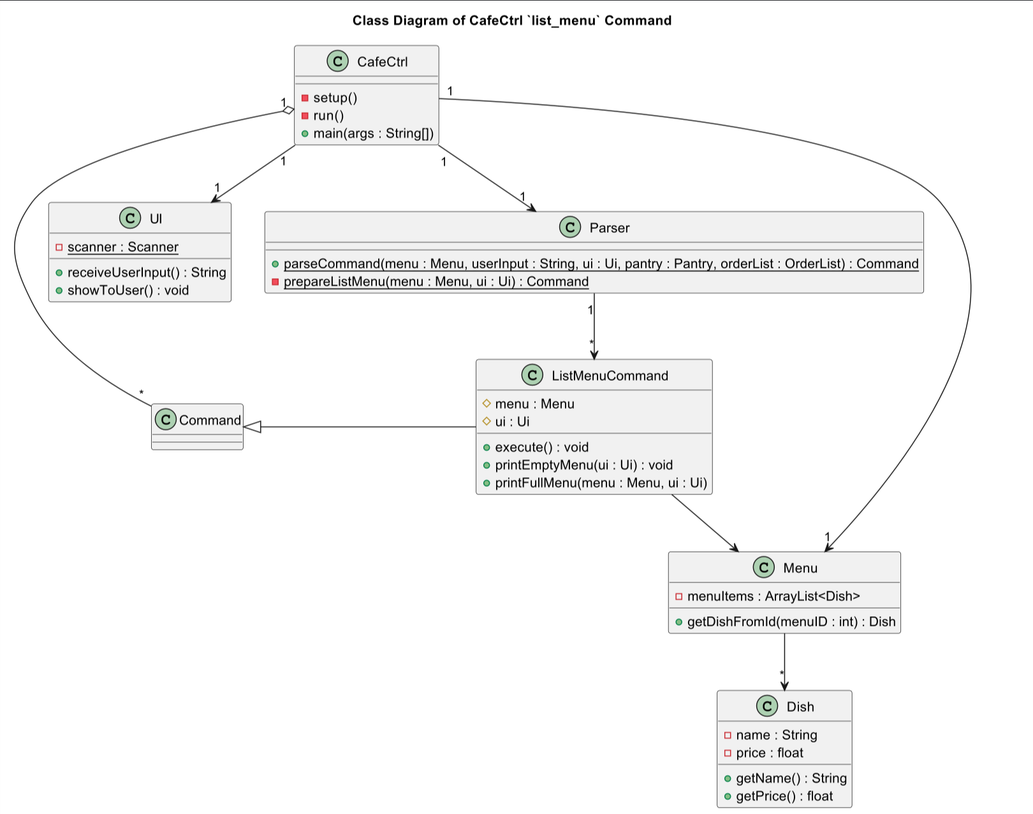
The PlantUML diagram docs/umlimages/ListMenuCommandClass.png in nus-cs2113-AY2324S1/tp, before a commit. Its source is kept beside it as docs/umldiagrams/ListMenuCommandClass.puml.
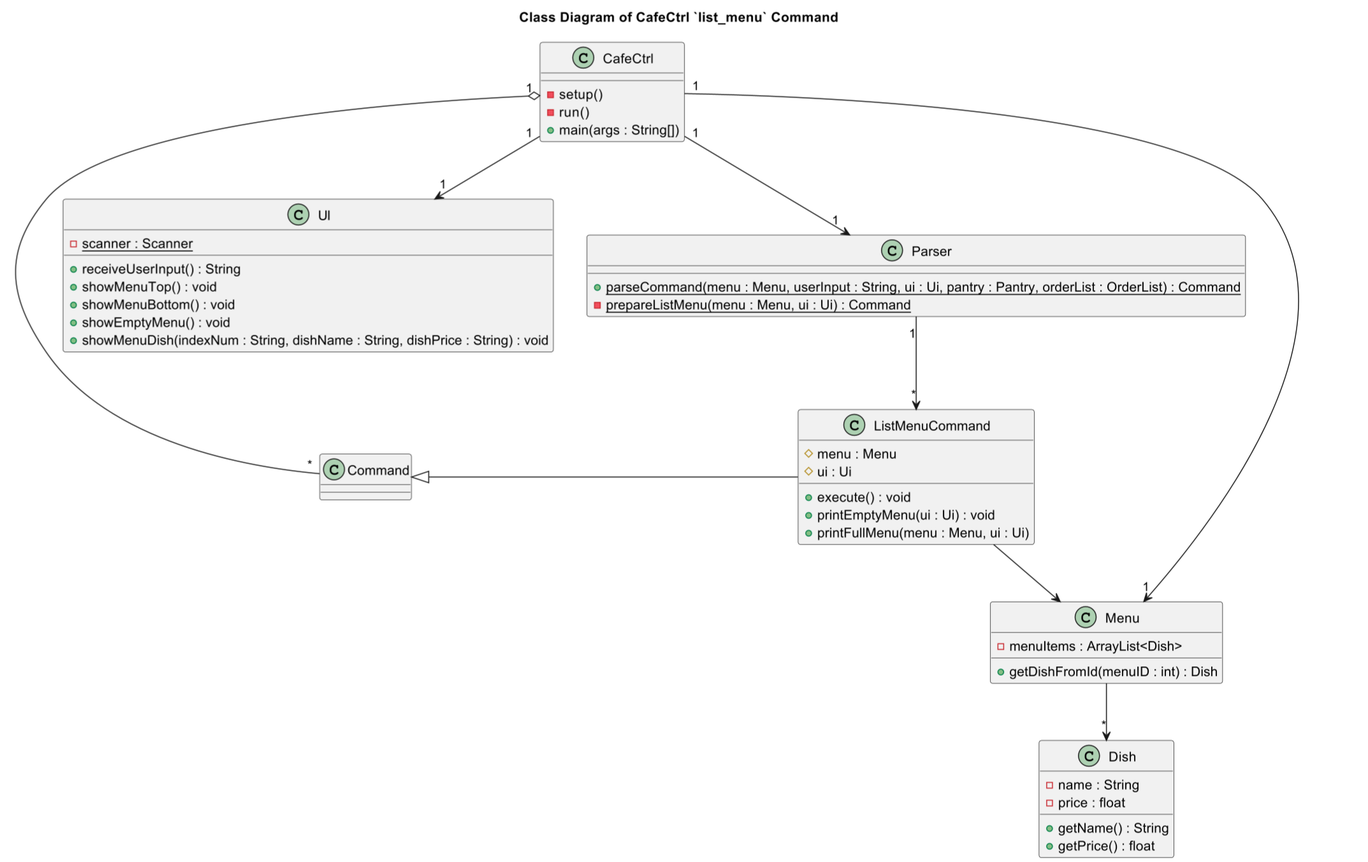
After the commit.

The edit, as a diff of the source:
```diff
@@ -26,7 +26,10 @@
 class UI {
 {static} - scanner : Scanner
 + receiveUserInput() : String
-+ showToUser() : void
++ showMenuTop() : void
++ showMenuBottom() : void
++ showEmptyMenu() : void
++ showMenuDish(indexNum : String, dishName : String, dishPrice : String) : void
 }
 
 class ListMenuCommand {
@@ -36,8 +39,6 @@
 + printEmptyMenu(ui : Ui) : void
 + printFullMenu(menu : Menu, ui : Ui)
 }
-
-
 
 class Parser {
 {static} + parseCommand(menu : Menu, userInput : String, ui : Ui, pantry : Pantry, orderList : OrderList) : Command
```
